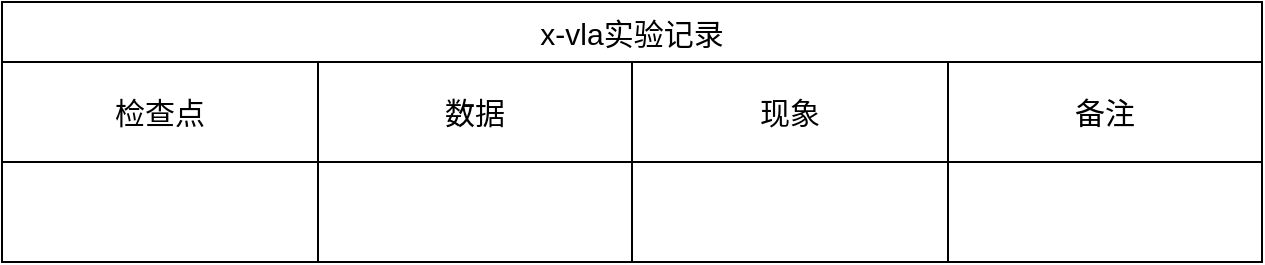
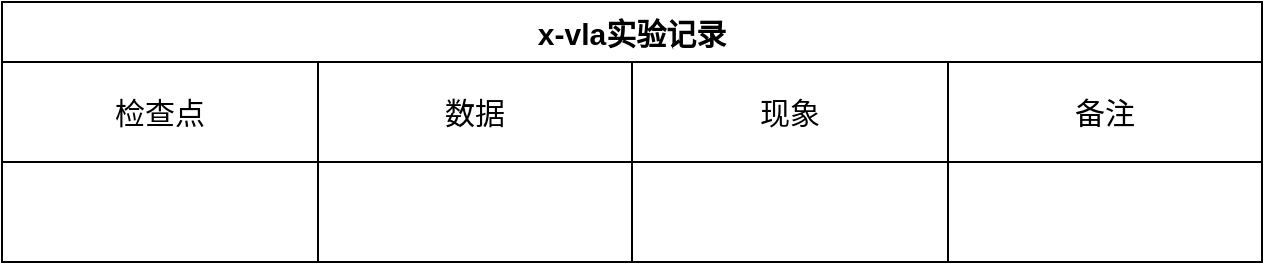
<mxfile host="app.diagrams.net">
  <diagram name="第 1 页" id="bbv3KnApaKkcxtFHJsaO">
    <mxGraphModel dx="1344" dy="764" grid="1" gridSize="10" guides="1" tooltips="1" connect="1" arrows="1" fold="1" page="1" pageScale="1" pageWidth="827" pageHeight="1169" math="0" shadow="0">
      <root>
        <mxCell id="0" />
        <mxCell id="1" parent="0" />
-         <mxCell id="XuZmM4o7l536D6S7MHI1-1" parent="1" style="shape=table;startSize=30;container=1;collapsible=0;childLayout=tableLayout;fixedHeader=1;fontSize=15;" value="x-vla实验记录" vertex="1">
+         <mxCell id="XuZmM4o7l536D6S7MHI1-1" parent="1" style="shape=table;startSize=30;container=1;collapsible=0;childLayout=tableLayout;fixedHeader=1;fontSize=15;fontStyle=1" value="x-vla实验记录" vertex="1">
          <mxGeometry height="130" width="630" x="120" y="120" as="geometry" />
        </mxCell>
        <mxCell id="XuZmM4o7l536D6S7MHI1-2" parent="XuZmM4o7l536D6S7MHI1-1" style="shape=tableRow;horizontal=0;startSize=0;swimlaneHead=0;swimlaneBody=0;strokeColor=inherit;top=0;left=0;bottom=0;right=0;collapsible=0;dropTarget=0;fillColor=none;points=[[0,0.5],[1,0.5]];portConstraint=eastwest;fixedHeader=1;" value="" vertex="1">
          <mxGeometry height="50" width="630" y="30" as="geometry" />
        </mxCell>
        <mxCell id="XuZmM4o7l536D6S7MHI1-3" parent="XuZmM4o7l536D6S7MHI1-2" style="shape=partialRectangle;html=1;whiteSpace=wrap;connectable=0;strokeColor=inherit;overflow=hidden;fillColor=none;top=0;left=0;bottom=0;right=0;pointerEvents=1;fontSize=15;" value="检查点" vertex="1">
          <mxGeometry height="50" width="158" as="geometry">
            <mxRectangle height="50" width="158" as="alternateBounds" />
          </mxGeometry>
        </mxCell>
        <mxCell id="XuZmM4o7l536D6S7MHI1-4" parent="XuZmM4o7l536D6S7MHI1-2" style="shape=partialRectangle;html=1;whiteSpace=wrap;connectable=0;strokeColor=inherit;overflow=hidden;fillColor=none;top=0;left=0;bottom=0;right=0;pointerEvents=1;fontSize=15;" value="数据" vertex="1">
          <mxGeometry height="50" width="157" x="158" as="geometry">
            <mxRectangle height="50" width="157" as="alternateBounds" />
          </mxGeometry>
        </mxCell>
        <mxCell id="XuZmM4o7l536D6S7MHI1-5" parent="XuZmM4o7l536D6S7MHI1-2" style="shape=partialRectangle;html=1;whiteSpace=wrap;connectable=0;strokeColor=inherit;overflow=hidden;fillColor=none;top=0;left=0;bottom=0;right=0;pointerEvents=1;fontSize=15;" value="现象" vertex="1">
          <mxGeometry height="50" width="158" x="315" as="geometry">
            <mxRectangle height="50" width="158" as="alternateBounds" />
          </mxGeometry>
        </mxCell>
        <mxCell id="XuZmM4o7l536D6S7MHI1-6" parent="XuZmM4o7l536D6S7MHI1-2" style="shape=partialRectangle;html=1;whiteSpace=wrap;connectable=0;strokeColor=inherit;overflow=hidden;fillColor=none;top=0;left=0;bottom=0;right=0;pointerEvents=1;fontSize=15;" value="备注" vertex="1">
          <mxGeometry height="50" width="157" x="473" as="geometry">
            <mxRectangle height="50" width="157" as="alternateBounds" />
          </mxGeometry>
        </mxCell>
        <mxCell id="XuZmM4o7l536D6S7MHI1-7" parent="XuZmM4o7l536D6S7MHI1-1" style="shape=tableRow;horizontal=0;startSize=0;swimlaneHead=0;swimlaneBody=0;strokeColor=inherit;top=0;left=0;bottom=0;right=0;collapsible=0;dropTarget=0;fillColor=none;points=[[0,0.5],[1,0.5]];portConstraint=eastwest;fixedHeader=1;" value="" vertex="1">
          <mxGeometry height="50" width="630" y="80" as="geometry" />
        </mxCell>
        <mxCell id="XuZmM4o7l536D6S7MHI1-8" parent="XuZmM4o7l536D6S7MHI1-7" style="shape=partialRectangle;html=1;whiteSpace=wrap;connectable=0;strokeColor=inherit;overflow=hidden;fillColor=none;top=0;left=0;bottom=0;right=0;pointerEvents=1;" value="" vertex="1">
          <mxGeometry height="50" width="158" as="geometry">
            <mxRectangle height="50" width="158" as="alternateBounds" />
          </mxGeometry>
        </mxCell>
        <mxCell id="XuZmM4o7l536D6S7MHI1-9" parent="XuZmM4o7l536D6S7MHI1-7" style="shape=partialRectangle;html=1;whiteSpace=wrap;connectable=0;strokeColor=inherit;overflow=hidden;fillColor=none;top=0;left=0;bottom=0;right=0;pointerEvents=1;" value="" vertex="1">
          <mxGeometry height="50" width="157" x="158" as="geometry">
            <mxRectangle height="50" width="157" as="alternateBounds" />
          </mxGeometry>
        </mxCell>
        <mxCell id="XuZmM4o7l536D6S7MHI1-10" parent="XuZmM4o7l536D6S7MHI1-7" style="shape=partialRectangle;html=1;whiteSpace=wrap;connectable=0;strokeColor=inherit;overflow=hidden;fillColor=none;top=0;left=0;bottom=0;right=0;pointerEvents=1;" value="" vertex="1">
          <mxGeometry height="50" width="158" x="315" as="geometry">
            <mxRectangle height="50" width="158" as="alternateBounds" />
          </mxGeometry>
        </mxCell>
        <mxCell id="XuZmM4o7l536D6S7MHI1-11" parent="XuZmM4o7l536D6S7MHI1-7" style="shape=partialRectangle;html=1;whiteSpace=wrap;connectable=0;strokeColor=inherit;overflow=hidden;fillColor=none;top=0;left=0;bottom=0;right=0;pointerEvents=1;" value="" vertex="1">
          <mxGeometry height="50" width="157" x="473" as="geometry">
            <mxRectangle height="50" width="157" as="alternateBounds" />
          </mxGeometry>
        </mxCell>
      </root>
    </mxGraphModel>
  </diagram>
</mxfile>
